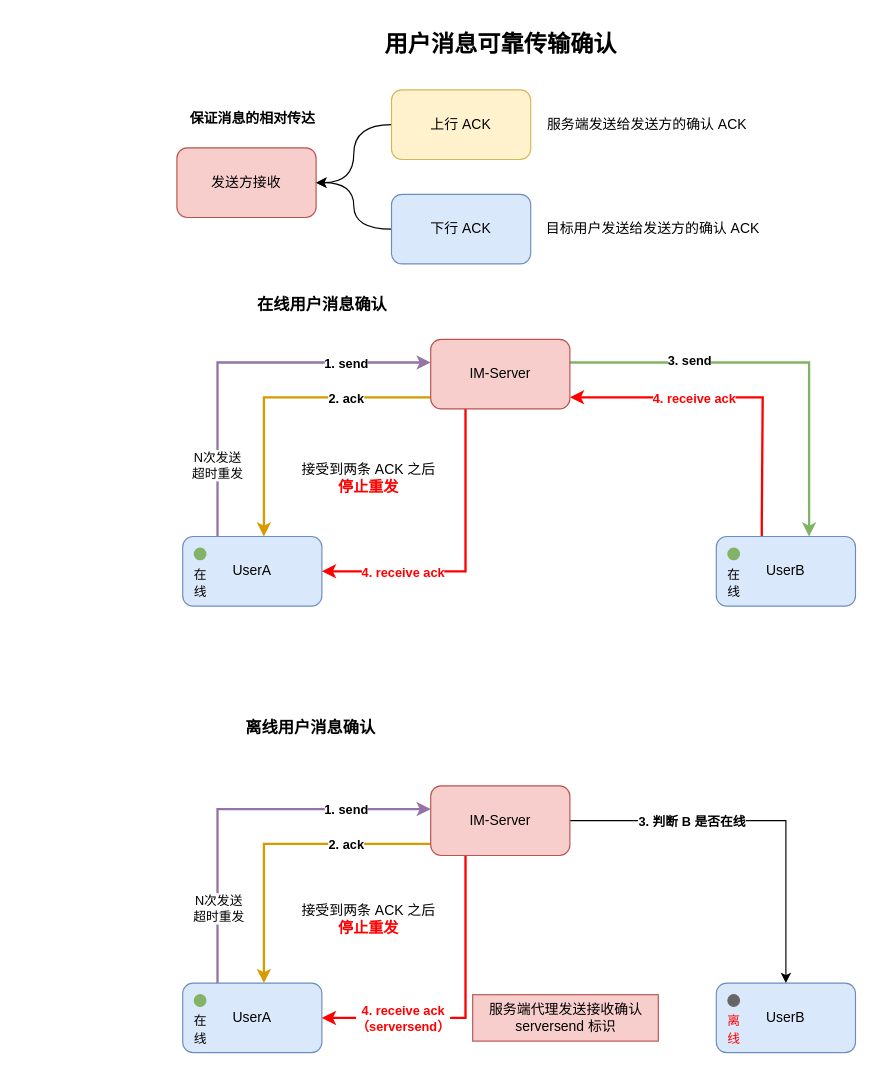
This is page "应用层消息可靠机制" (5 of 11) of im-system 架构设计图.drawio from BanTanger/im-whale-shark, a draw.io file, before an edit. Source tidied: cells renumbered, new cells numbered last; positions are measured from the earlier drawing's top-left corner, leaving out a move shared by most shapes. Both pictures are drawn from the tidied source at 116%, with x=0, y=0 at pixel (176, 20).
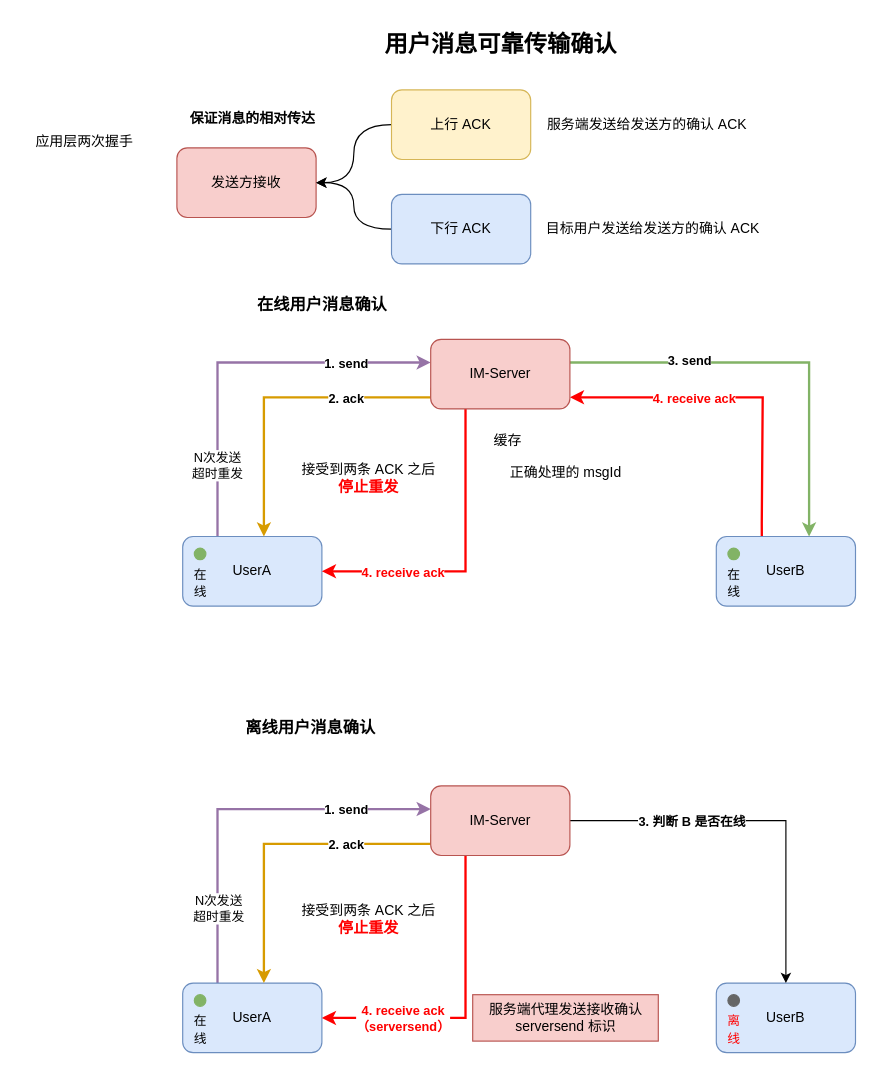
The same diagram, later.

Diff of the diagram source:
```diff
@@
+    <mxCell id="50" value="应用层两次握手" style="text;html=1;align=center;verticalAlign=middle;strokeColor=none;fillColor=none;" parent="1" vertex="1">
+      <mxGeometry x="-135" y="90" width="110" height="30" as="geometry" />
+    </mxCell>
+    <mxCell id="51" value="缓存" style="text;html=1;align=center;verticalAlign=middle;strokeColor=none;fillColor=none;" parent="1" vertex="1">
+      <mxGeometry x="260" y="348" width="50" height="30" as="geometry" />
+    </mxCell>
+    <mxCell id="52" value="正确处理的 msgId" style="text;html=1;align=center;verticalAlign=middle;strokeColor=none;fillColor=none;" parent="1" vertex="1">
+      <mxGeometry x="275" y="375" width="120" height="30" as="geometry" />
+    </mxCell>
```
